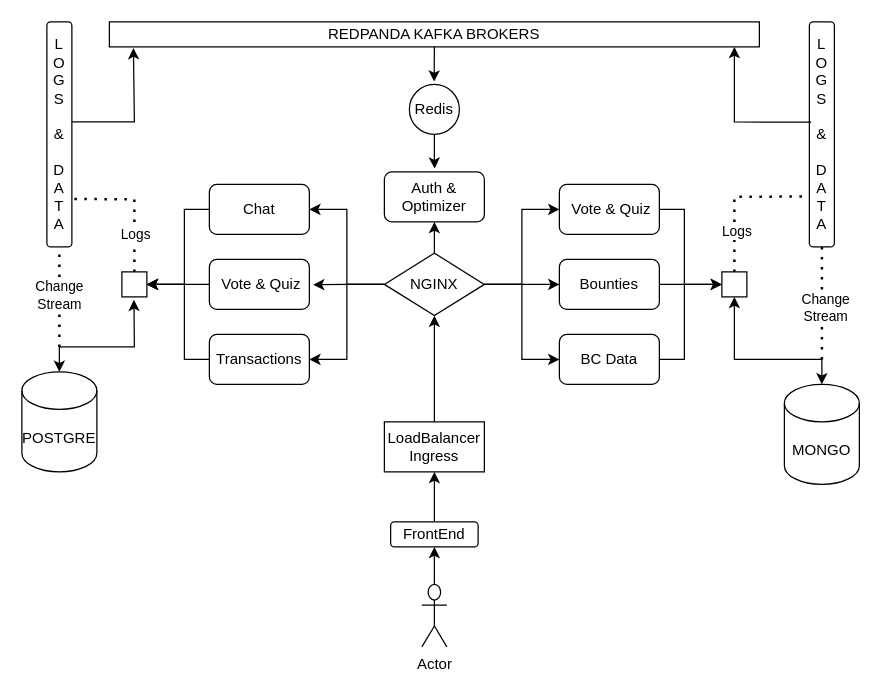
The draw.io diagram Architecture.drawio in instamenta/HEXA-LEDGER, before the edit. Source tidied: cells renumbered, new cells numbered last; positions are measured from the earlier drawing's top-left corner, leaving out a move shared by most shapes. Both pictures are drawn from the tidied source at 125%, with x=0, y=0 at pixel (21, 21).
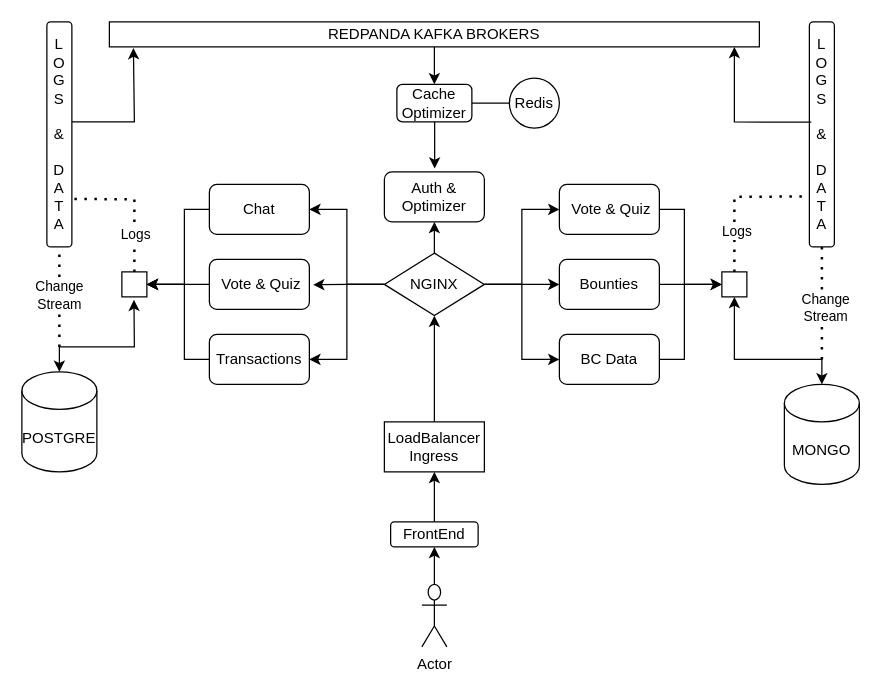
After the change.

The change refers to these unchanged cells:
```xml
<mxCell id="28" value="REDPANDA KAFKA BROKERS" style="rounded=0;whiteSpace=wrap;html=1;" parent="1" vertex="1">
  <mxGeometry x="70" width="520" height="20" as="geometry" />
</mxCell>
```

Change to the diagram source:
```diff
@@
+    <mxCell id="51" style="edgeStyle=orthogonalEdgeStyle;rounded=0;jettySize=auto;html=1;entryX=0.5;entryY=0;entryDx=0;entryDy=0;" parent="1" edge="1" source="28" target="52">
+      <mxGeometry relative="1" as="geometry" />
+    </mxCell>
@@
     <mxCell id="48" value="Redis" style="ellipse;whiteSpace=wrap;html=1;" parent="1" vertex="1">
-      <mxGeometry x="310" y="50" width="40" height="40" as="geometry" />
+      <mxGeometry x="390" y="45" width="40" height="40" as="geometry" />
     </mxCell>
-    <mxCell id="49" style="endArrow=classic;html=1;rounded=0;exitX=0.5;exitY=1;exitDx=0;exitDy=0;entryX=0.495;entryY=-0.055;entryDx=0;entryDy=0;entryPerimeter=0;" parent="1" edge="1" source="28" target="48">
-      <mxGeometry relative="1" as="geometry" />
-    </mxCell>
@@
+    <mxCell id="52" value="Cache&lt;br&gt;Optimizer" style="rounded=1;whiteSpace=wrap;html=1;" parent="1" vertex="1">
+      <mxGeometry x="300" y="50" width="60" height="30" as="geometry" />
+    </mxCell>
```
